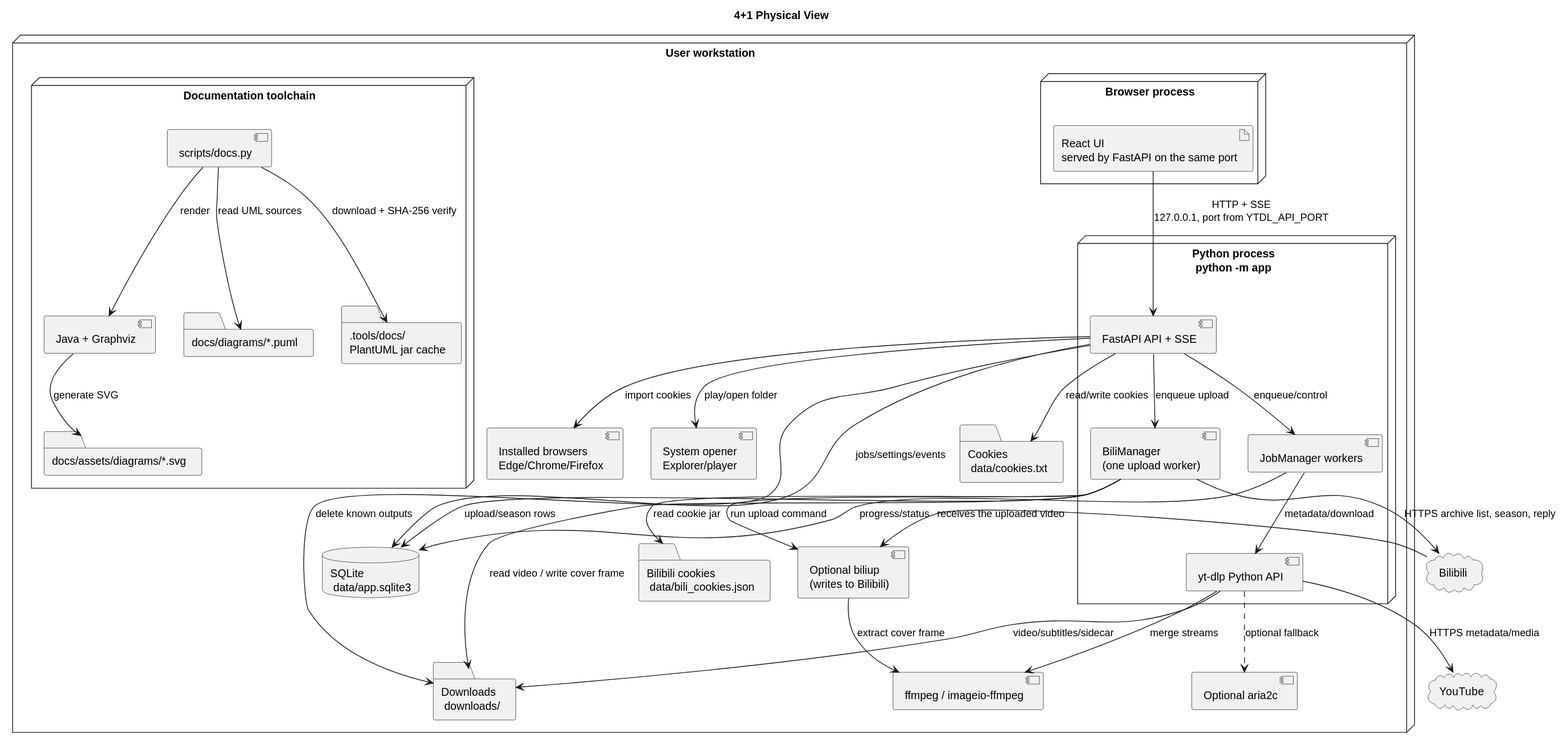
0xaiio/cascade keeps this PlantUML diagram as docs/assets/diagrams/four-plus-one-physical-view.svg. Above is the earlier version.
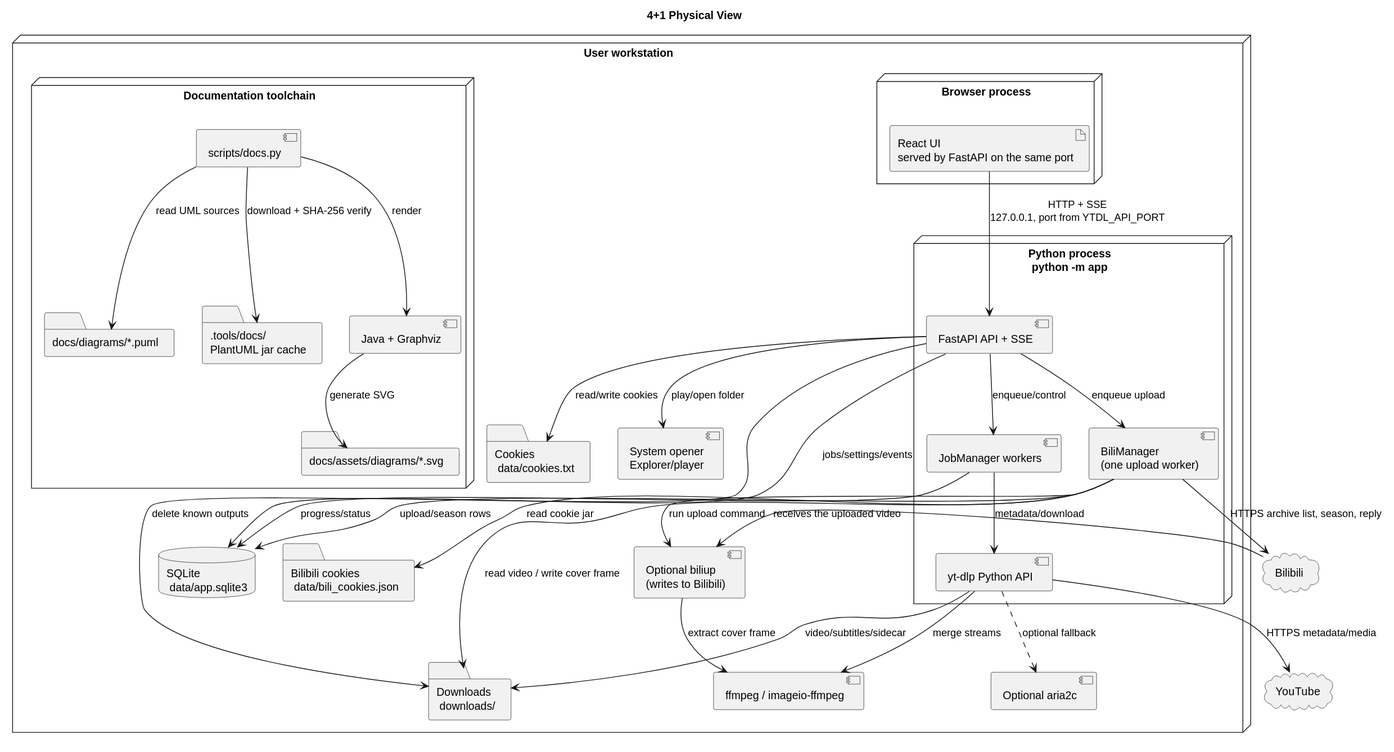
After the change.

The edit, as a diff of the source:
```diff
@@ -18,7 +18,6 @@
   folder "Downloads\n downloads/" as Downloads
   folder "Cookies\n data/cookies.txt" as CookiesFile
   folder "Bilibili cookies\n data/bili_cookies.json" as BiliCookiesFile
-  component "Installed browsers\nEdge/Chrome/Firefox" as Browsers
   component "ffmpeg / imageio-ffmpeg" as FFMPEG
   component "Optional aria2c" as Aria2
   component "Optional biliup\n(writes to Bilibili)" as Biliup
@@ -47,7 +46,6 @@
 YTDLP --> Downloads : video/subtitles/sidecar
 YTDLP --> FFMPEG : merge streams
 YTDLP ..> Aria2 : optional fallback
-API --> Browsers : import cookies
 API --> CookiesFile : read/write cookies
 API --> Downloads : delete known outputs
 API --> Opener : play/open folder
```
